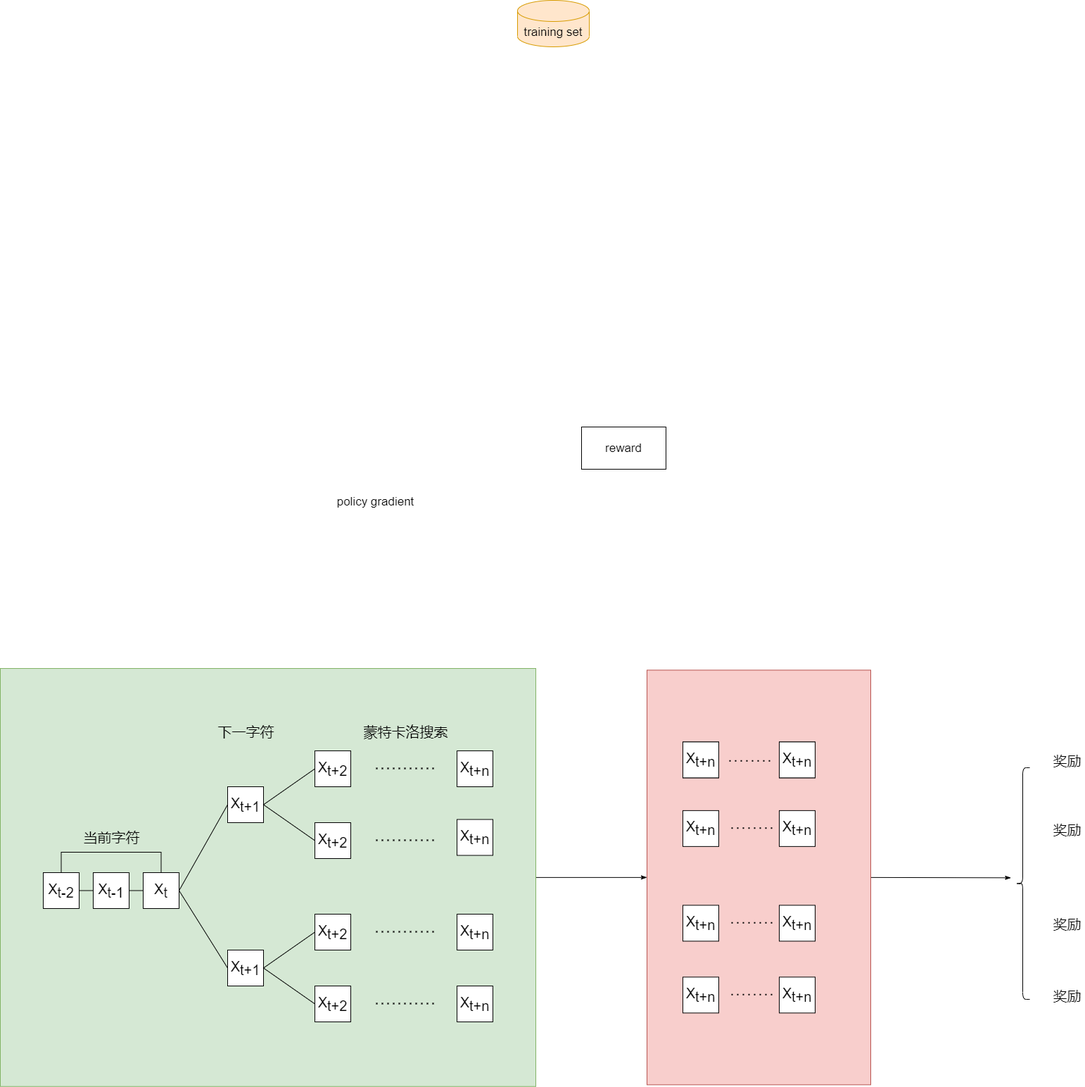
Above: seqgan.drawio.png in lakomi/pictures (draw.io), before the change. Source tidied: cells renumbered, new cells last; positions are measured from the earlier drawing's top-left corner, leaving out a move shared by most shapes.
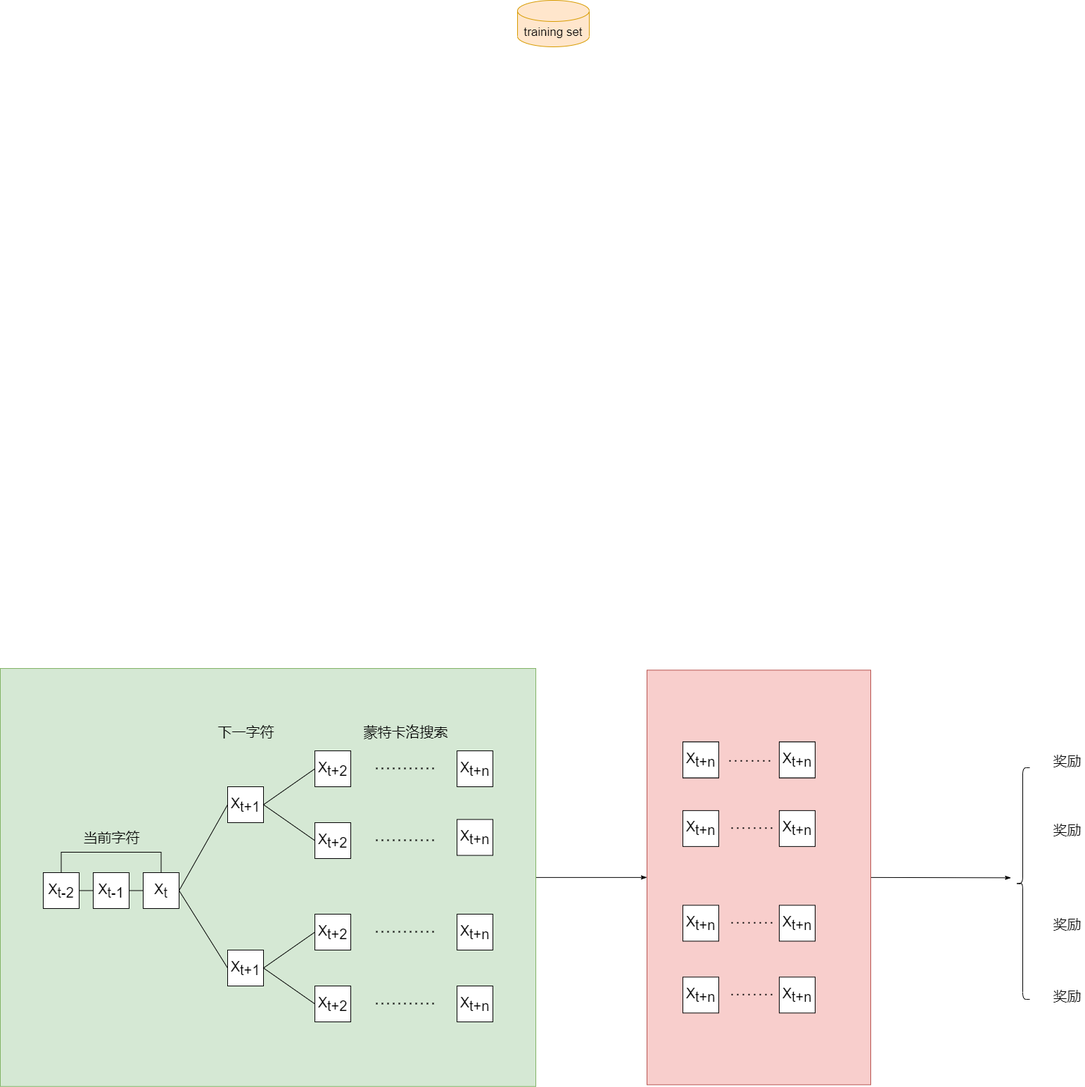
The same diagram one commit later.

Change to the diagram source:
```diff
@@ -19,12 +19,6 @@
     <mxCell id="6" value="training set" style="shape=cylinder3;whiteSpace=wrap;html=1;boundedLbl=1;backgroundOutline=1;size=15;fillColor=#ffe6cc;strokeColor=#d79b00;fontSize=17;" parent="1" vertex="1">
       <mxGeometry x="735" width="102" height="66" as="geometry" />
     </mxCell>
-    <mxCell id="7" value="policy gradient" style="text;html=1;align=center;verticalAlign=middle;strokeColor=none;fillColor=none;fontSize=17;" parent="1" vertex="1">
-      <mxGeometry x="473" y="700" width="120" height="24" as="geometry" />
-    </mxCell>
-    <mxCell id="8" value="reward" style="rounded=0;whiteSpace=wrap;html=1;fontSize=17;" parent="1" vertex="1">
-      <mxGeometry x="826" y="606" width="120" height="60" as="geometry" />
-    </mxCell>
     <mxCell id="9" style="edgeStyle=orthogonalEdgeStyle;rounded=0;jettySize=auto;html=1;exitX=1;exitY=0.5;exitDx=0;exitDy=0;entryX=0;entryY=0.5;entryDx=0;entryDy=0;fontSize=20;endArrow=none;endFill=0;" parent="1" edge="1" source="11" target="13">
       <mxGeometry relative="1" as="geometry" />
     </mxCell>
```
